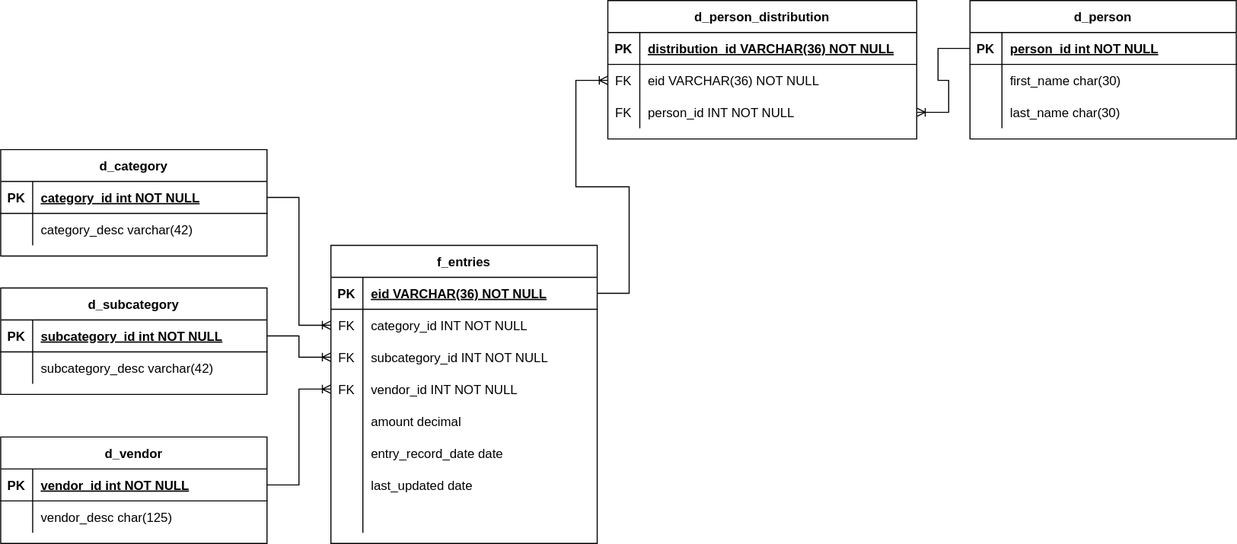
Before: diagram/penny-schema.svg, a diagram exported from draw.io (fatteryacid/penny). Source tidied: cells renumbered, new cells last; positions are measured from the earlier drawing's top-left corner, leaving out a move shared by most shapes.
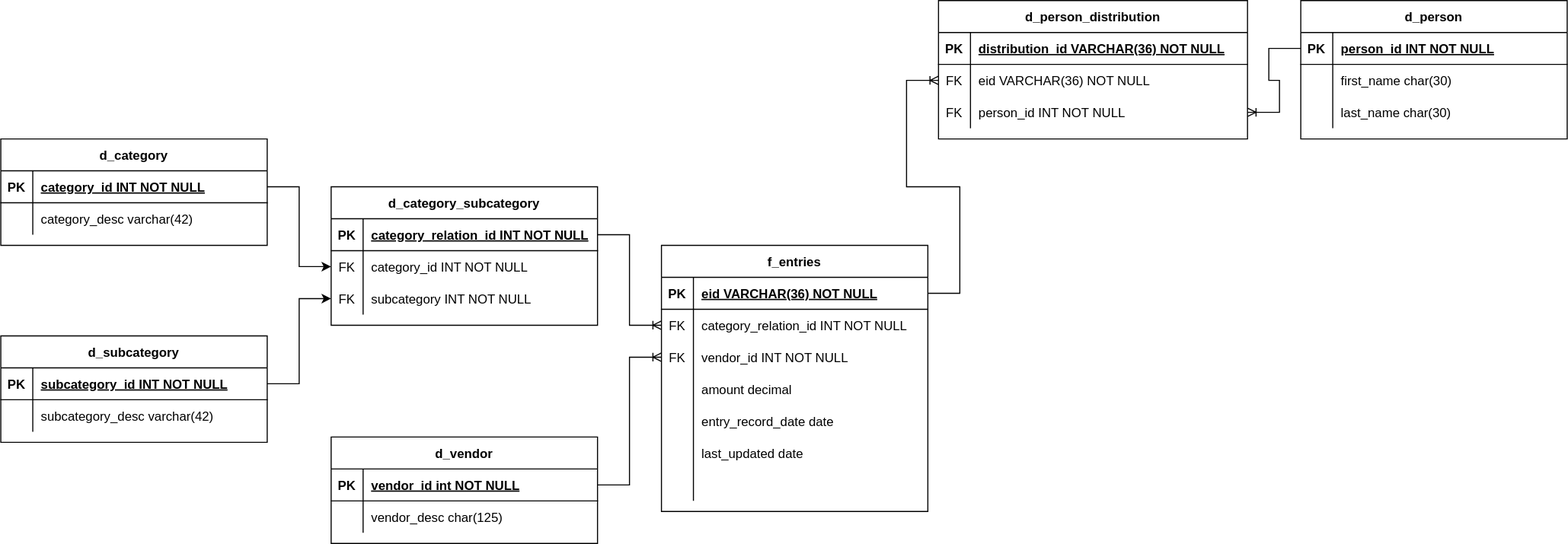
Above is the later version.

Change to the diagram source:
```diff
@@ -11,7 +11,7 @@
     <mxCell id="4" value="PK" style="shape=partialRectangle;overflow=hidden;fillColor=none;top=0;left=0;bottom=0;right=0;fontStyle=1;" parent="3" vertex="1">
       <mxGeometry width="30" height="30" as="geometry" />
     </mxCell>
-    <mxCell id="5" value="person_id int NOT NULL" style="shape=partialRectangle;overflow=hidden;fillColor=none;top=0;left=0;bottom=0;right=0;align=left;spacingLeft=6;fontStyle=5;" parent="3" vertex="1">
+    <mxCell id="5" value="person_id INT NOT NULL" style="shape=partialRectangle;overflow=hidden;fillColor=none;top=0;left=0;bottom=0;right=0;align=left;spacingLeft=6;fontStyle=5;" parent="3" vertex="1">
       <mxGeometry x="30" width="220" height="30" as="geometry" />
     </mxCell>
     <mxCell id="6" style="shape=partialRectangle;fillColor=none;top=0;left=0;right=0;bottom=0;" parent="2" vertex="1">
@@ -33,7 +33,7 @@
       <mxGeometry x="30" width="220" height="30" as="geometry" />
     </mxCell>
     <mxCell id="12" value="d_category" style="shape=table;startSize=30;rowLines=0;fontStyle=1;align=center;" parent="1" vertex="1">
-      <mxGeometry y="140" width="250" height="100" as="geometry" />
+      <mxGeometry x="-310" y="130" width="250" height="100" as="geometry" />
     </mxCell>
     <mxCell id="13" style="shape=partialRectangle;fillColor=none;points=[[0,0.5],[1,0.5]];portConstraint=eastwest;top=0;left=0;right=0;bottom=1;" parent="12" vertex="1">
       <mxGeometry y="30" width="250" height="30" as="geometry" />
@@ -41,7 +41,7 @@
     <mxCell id="14" value="PK" style="shape=partialRectangle;overflow=hidden;fillColor=none;top=0;left=0;bottom=0;right=0;fontStyle=1;" parent="13" vertex="1">
       <mxGeometry width="30" height="30" as="geometry" />
     </mxCell>
-    <mxCell id="15" value="category_id int NOT NULL" style="shape=partialRectangle;overflow=hidden;fillColor=none;top=0;left=0;bottom=0;right=0;align=left;spacingLeft=6;fontStyle=5;" parent="13" vertex="1">
+    <mxCell id="15" value="category_id INT NOT NULL" style="shape=partialRectangle;overflow=hidden;fillColor=none;top=0;left=0;bottom=0;right=0;align=left;spacingLeft=6;fontStyle=5;" parent="13" vertex="1">
       <mxGeometry x="30" width="220" height="30" as="geometry" />
     </mxCell>
     <mxCell id="16" style="shape=partialRectangle;fillColor=none;top=0;left=0;right=0;bottom=0;" parent="12" vertex="1">
@@ -54,7 +54,7 @@
       <mxGeometry x="30" width="220" height="30" as="geometry" />
     </mxCell>
     <mxCell id="19" value="f_entries" style="shape=table;startSize=30;rowLines=0;fontStyle=1;align=center;" parent="1" vertex="1">
-      <mxGeometry x="310" y="230" width="250" height="280" as="geometry" />
+      <mxGeometry x="310" y="230" width="250" height="250" as="geometry" />
     </mxCell>
     <mxCell id="20" style="shape=partialRectangle;fillColor=none;points=[[0,0.5],[1,0.5]];portConstraint=eastwest;top=0;left=0;right=0;bottom=1;" parent="19" vertex="1">
       <mxGeometry y="30" width="250" height="30" as="geometry" />
@@ -71,20 +71,11 @@
     <mxCell id="24" value="FK" style="shape=partialRectangle;overflow=hidden;fillColor=none;top=0;left=0;bottom=0;right=0;" parent="23" vertex="1">
       <mxGeometry width="30" height="30" as="geometry" />
     </mxCell>
-    <mxCell id="25" value="category_id INT NOT NULL" style="shape=partialRectangle;overflow=hidden;fillColor=none;top=0;left=0;bottom=0;right=0;align=left;spacingLeft=6;" parent="23" vertex="1">
+    <mxCell id="25" value="category_relation_id INT NOT NULL" style="shape=partialRectangle;overflow=hidden;fillColor=none;top=0;left=0;bottom=0;right=0;align=left;spacingLeft=6;" parent="23" vertex="1">
       <mxGeometry x="30" width="220" height="30" as="geometry" />
     </mxCell>
-    <mxCell id="26" style="shape=partialRectangle;fillColor=none;points=[[0,0.5],[1,0.5]];portConstraint=eastwest;top=0;left=0;right=0;bottom=0;" parent="19" vertex="1">
-      <mxGeometry y="90" width="250" height="30" as="geometry" />
-    </mxCell>
-    <mxCell id="27" value="FK" style="shape=partialRectangle;overflow=hidden;fillColor=none;top=0;left=0;bottom=0;right=0;" parent="26" vertex="1">
-      <mxGeometry width="30" height="30" as="geometry" />
-    </mxCell>
-    <mxCell id="28" value="subcategory_id INT NOT NULL" style="shape=partialRectangle;overflow=hidden;fillColor=none;top=0;left=0;bottom=0;right=0;align=left;spacingLeft=6;" parent="26" vertex="1">
-      <mxGeometry x="30" width="220" height="30" as="geometry" />
-    </mxCell>
     <mxCell id="29" style="shape=partialRectangle;fillColor=none;points=[[0,0.5],[1,0.5]];portConstraint=eastwest;top=0;left=0;right=0;bottom=0;" parent="19" vertex="1">
-      <mxGeometry y="120" width="250" height="30" as="geometry" />
+      <mxGeometry y="90" width="250" height="30" as="geometry" />
     </mxCell>
     <mxCell id="30" value="FK" style="shape=partialRectangle;overflow=hidden;fillColor=none;top=0;left=0;bottom=0;right=0;" parent="29" vertex="1">
       <mxGeometry width="30" height="30" as="geometry" />
@@ -93,7 +84,7 @@
       <mxGeometry x="30" width="220" height="30" as="geometry" />
     </mxCell>
     <mxCell id="32" style="shape=partialRectangle;fillColor=none;top=0;left=0;right=0;bottom=0;" parent="19" vertex="1">
-      <mxGeometry y="150" width="250" height="30" as="geometry" />
+      <mxGeometry y="120" width="250" height="30" as="geometry" />
     </mxCell>
     <mxCell id="33" style="shape=partialRectangle;overflow=hidden;fillColor=none;top=0;left=0;bottom=0;right=0;" parent="32" vertex="1">
       <mxGeometry width="30" height="30" as="geometry" />
@@ -102,7 +93,7 @@
       <mxGeometry x="30" width="220" height="30" as="geometry" />
     </mxCell>
     <mxCell id="35" style="shape=partialRectangle;fillColor=none;top=0;left=0;right=0;bottom=0;" parent="19" vertex="1">
-      <mxGeometry y="180" width="250" height="30" as="geometry" />
+      <mxGeometry y="150" width="250" height="30" as="geometry" />
     </mxCell>
     <mxCell id="36" style="shape=partialRectangle;overflow=hidden;fillColor=none;top=0;left=0;bottom=0;right=0;" parent="35" vertex="1">
       <mxGeometry width="30" height="30" as="geometry" />
@@ -111,7 +102,7 @@
       <mxGeometry x="30" width="220" height="30" as="geometry" />
     </mxCell>
     <mxCell id="38" style="shape=partialRectangle;fillColor=none;top=0;left=0;right=0;bottom=0;" parent="19" vertex="1">
-      <mxGeometry y="210" width="250" height="30" as="geometry" />
+      <mxGeometry y="180" width="250" height="30" as="geometry" />
     </mxCell>
     <mxCell id="39" style="shape=partialRectangle;overflow=hidden;fillColor=none;top=0;left=0;bottom=0;right=0;" parent="38" vertex="1">
       <mxGeometry width="30" height="30" as="geometry" />
@@ -120,7 +111,7 @@
       <mxGeometry x="30" width="220" height="30" as="geometry" />
     </mxCell>
     <mxCell id="41" style="shape=partialRectangle;fillColor=none;top=0;left=0;right=0;bottom=0;" parent="19" vertex="1">
-      <mxGeometry y="240" width="250" height="30" as="geometry" />
+      <mxGeometry y="210" width="250" height="30" as="geometry" />
     </mxCell>
     <mxCell id="42" style="shape=partialRectangle;overflow=hidden;fillColor=none;top=0;left=0;bottom=0;right=0;" parent="41" vertex="1">
       <mxGeometry width="30" height="30" as="geometry" />
@@ -129,7 +120,7 @@
       <mxGeometry x="30" width="220" height="30" as="geometry" />
     </mxCell>
     <mxCell id="44" value="d_subcategory" style="shape=table;startSize=30;rowLines=0;fontStyle=1;align=center;" parent="1" vertex="1">
-      <mxGeometry y="270" width="250" height="100" as="geometry" />
+      <mxGeometry x="-310" y="315" width="250" height="100" as="geometry" />
     </mxCell>
     <mxCell id="45" style="shape=partialRectangle;fillColor=none;points=[[0,0.5],[1,0.5]];portConstraint=eastwest;top=0;left=0;right=0;bottom=1;" parent="44" vertex="1">
       <mxGeometry y="30" width="250" height="30" as="geometry" />
@@ -137,7 +128,7 @@
     <mxCell id="46" value="PK" style="shape=partialRectangle;overflow=hidden;fillColor=none;top=0;left=0;bottom=0;right=0;fontStyle=1;" parent="45" vertex="1">
       <mxGeometry width="30" height="30" as="geometry" />
     </mxCell>
-    <mxCell id="47" value="subcategory_id int NOT NULL" style="shape=partialRectangle;overflow=hidden;fillColor=none;top=0;left=0;bottom=0;right=0;align=left;spacingLeft=6;fontStyle=5;" parent="45" vertex="1">
+    <mxCell id="47" value="subcategory_id INT NOT NULL" style="shape=partialRectangle;overflow=hidden;fillColor=none;top=0;left=0;bottom=0;right=0;align=left;spacingLeft=6;fontStyle=5;" parent="45" vertex="1">
       <mxGeometry x="30" width="220" height="30" as="geometry" />
     </mxCell>
     <mxCell id="48" style="shape=partialRectangle;fillColor=none;top=0;left=0;right=0;bottom=0;" parent="44" vertex="1">
@@ -200,20 +191,53 @@
     <mxCell id="67" value="person_id INT NOT NULL" style="shape=partialRectangle;overflow=hidden;fillColor=none;top=0;left=0;bottom=0;right=0;align=left;spacingLeft=6;" parent="65" vertex="1">
       <mxGeometry x="30" width="260" height="30" as="geometry" />
     </mxCell>
-    <mxCell id="68" style="edgeStyle=entityRelationEdgeStyle;fontSize=12;html=1;endArrow=ERoneToMany;rounded=0;exitX=1;exitY=0.5;exitDx=0;exitDy=0;entryX=0;entryY=0.5;entryDx=0;entryDy=0;" parent="1" edge="1" source="45" target="26">
-      <mxGeometry relative="1" as="geometry" />
-    </mxCell>
     <mxCell id="69" style="edgeStyle=entityRelationEdgeStyle;fontSize=12;html=1;endArrow=ERoneToMany;rounded=0;exitX=1;exitY=0.5;exitDx=0;exitDy=0;" parent="1" edge="1" source="52" target="29">
       <mxGeometry relative="1" as="geometry" />
     </mxCell>
-    <mxCell id="70" style="edgeStyle=entityRelationEdgeStyle;fontSize=12;html=1;endArrow=ERoneToMany;rounded=0;exitX=1;exitY=0.5;exitDx=0;exitDy=0;entryX=0;entryY=0.5;entryDx=0;entryDy=0;" parent="1" edge="1" source="13" target="23">
-      <mxGeometry relative="1" as="geometry" />
-    </mxCell>
     <mxCell id="71" style="edgeStyle=entityRelationEdgeStyle;fontSize=12;html=1;endArrow=ERoneToMany;rounded=0;exitX=1;exitY=0.5;exitDx=0;exitDy=0;entryX=0;entryY=0.5;entryDx=0;entryDy=0;" parent="1" edge="1" source="20" target="62">
       <mxGeometry relative="1" as="geometry" />
     </mxCell>
     <mxCell id="72" style="edgeStyle=entityRelationEdgeStyle;fontSize=12;html=1;endArrow=ERoneToMany;rounded=0;entryX=1;entryY=0.5;entryDx=0;entryDy=0;exitX=0;exitY=0.5;exitDx=0;exitDy=0;" parent="1" edge="1" source="3" target="65">
       <mxGeometry relative="1" as="geometry" />
     </mxCell>
+    <mxCell id="73" value="d_category_subcategory" style="shape=table;startSize=30;rowLines=0;fontStyle=1;align=center;" parent="1" vertex="1">
+      <mxGeometry y="175" width="250" height="130" as="geometry" />
+    </mxCell>
+    <mxCell id="74" style="shape=partialRectangle;fillColor=none;points=[[0,0.5],[1,0.5]];portConstraint=eastwest;top=0;left=0;right=0;bottom=1;" parent="73" vertex="1">
+      <mxGeometry y="30" width="250" height="30" as="geometry" />
+    </mxCell>
+    <mxCell id="75" value="PK" style="shape=partialRectangle;overflow=hidden;fillColor=none;top=0;left=0;bottom=0;right=0;fontStyle=1;" parent="74" vertex="1">
+      <mxGeometry width="30" height="30" as="geometry" />
+    </mxCell>
+    <mxCell id="76" value="category_relation_id INT NOT NULL" style="shape=partialRectangle;overflow=hidden;fillColor=none;top=0;left=0;bottom=0;right=0;align=left;spacingLeft=6;fontStyle=5;" parent="74" vertex="1">
+      <mxGeometry x="30" width="220" height="30" as="geometry" />
+    </mxCell>
+    <mxCell id="77" style="shape=partialRectangle;fillColor=none;points=[[0,0.5],[1,0.5]];portConstraint=eastwest;top=0;left=0;right=0;bottom=0;" parent="73" vertex="1">
+      <mxGeometry y="60" width="250" height="30" as="geometry" />
+    </mxCell>
+    <mxCell id="78" value="FK" style="shape=partialRectangle;overflow=hidden;fillColor=none;top=0;left=0;bottom=0;right=0;" parent="77" vertex="1">
+      <mxGeometry width="30" height="30" as="geometry" />
+    </mxCell>
+    <mxCell id="79" value="category_id INT NOT NULL" style="shape=partialRectangle;overflow=hidden;fillColor=none;top=0;left=0;bottom=0;right=0;align=left;spacingLeft=6;" parent="77" vertex="1">
+      <mxGeometry x="30" width="220" height="30" as="geometry" />
+    </mxCell>
+    <mxCell id="26" style="shape=partialRectangle;fillColor=none;points=[[0,0.5],[1,0.5]];portConstraint=eastwest;top=0;left=0;right=0;bottom=0;" parent="73" vertex="1">
+      <mxGeometry y="90" width="250" height="30" as="geometry" />
+    </mxCell>
+    <mxCell id="80" value="FK" style="shape=partialRectangle;overflow=hidden;fillColor=none;top=0;left=0;bottom=0;right=0;" parent="26" vertex="1">
+      <mxGeometry width="30" height="30" as="geometry" />
+    </mxCell>
+    <mxCell id="81" value="subcategory INT NOT NULL" style="shape=partialRectangle;overflow=hidden;fillColor=none;top=0;left=0;bottom=0;right=0;align=left;spacingLeft=6;" parent="26" vertex="1">
+      <mxGeometry x="30" width="220" height="30" as="geometry" />
+    </mxCell>
+    <mxCell id="82" style="edgeStyle=entityRelationEdgeStyle;fontSize=12;html=1;endArrow=ERoneToMany;rounded=0;exitX=1;exitY=0.5;exitDx=0;exitDy=0;entryX=0;entryY=0.5;entryDx=0;entryDy=0;" parent="1" edge="1" source="74" target="23">
+      <mxGeometry relative="1" as="geometry" />
+    </mxCell>
+    <mxCell id="83" style="edgeStyle=orthogonalEdgeStyle;rounded=0;jettySize=auto;html=1;" parent="1" edge="1" source="13" target="77">
+      <mxGeometry relative="1" as="geometry" />
+    </mxCell>
+    <mxCell id="68" style="edgeStyle=orthogonalEdgeStyle;rounded=0;jettySize=auto;html=1;entryX=0;entryY=0.5;entryDx=0;entryDy=0;" parent="1" edge="1" source="45" target="26">
+      <mxGeometry relative="1" as="geometry" />
+    </mxCell>
   </root>
 </mxGraphModel>
```
